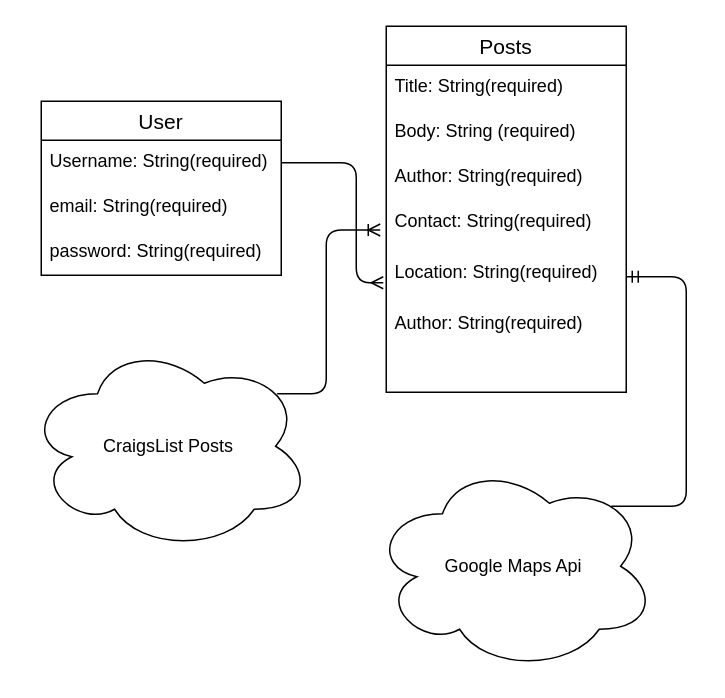
Above: page "Page-1" (1 of 2) of ERD.drawio in toorajj/ScrollListBackEnd (draw.io), before the change. Source tidied: cells renumbered, new cells numbered last; positions are measured from the earlier drawing's top-left corner, leaving out a move shared by most shapes. Both pictures are drawn from the tidied source at 150%, with x=0, y=0 at pixel (26, 26).
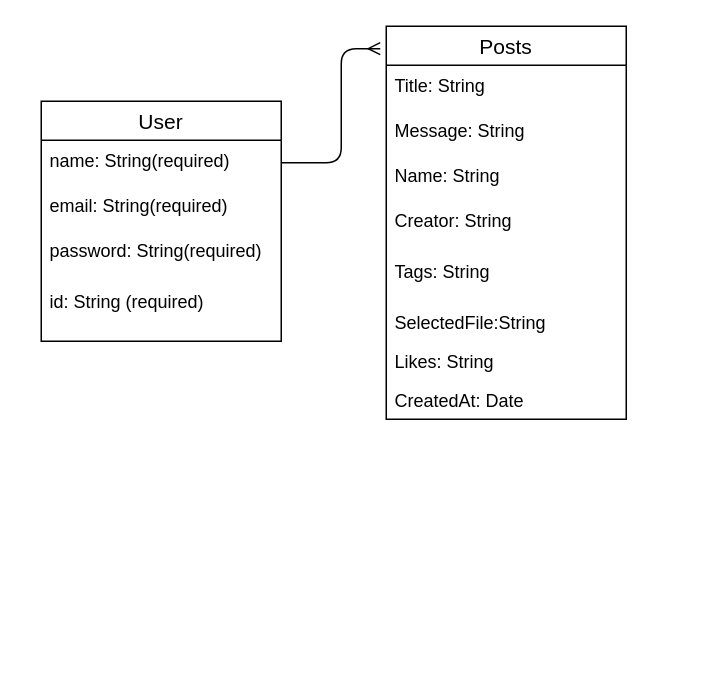
The same page after the edit.

What changed in the source:
```diff
@@
     <mxCell id="2" value="Posts" style="swimlane;fontStyle=0;horizontal=1;startSize=26;align=center;fontSize=14;" parent="1" vertex="1">
-      <mxGeometry x="240" width="160" height="244" as="geometry" />
+      <mxGeometry x="240" width="160" height="262" as="geometry" />
     </mxCell>
-    <mxCell id="3" value="Title: String(required)" style="text;strokeColor=none;fillColor=none;spacingLeft=4;spacingRight=4;overflow=hidden;fontSize=12;" parent="2" vertex="1">
+    <mxCell id="3" value="Title: String" style="text;strokeColor=none;fillColor=none;spacingLeft=4;spacingRight=4;overflow=hidden;fontSize=12;" parent="2" vertex="1">
       <mxGeometry y="26" width="160" height="30" as="geometry" />
     </mxCell>
-    <mxCell id="4" value="Body: String (required)" style="text;strokeColor=none;fillColor=none;spacingLeft=4;spacingRight=4;overflow=hidden;fontSize=12;" parent="2" vertex="1">
+    <mxCell id="4" value="Message: String " style="text;strokeColor=none;fillColor=none;spacingLeft=4;spacingRight=4;overflow=hidden;fontSize=12;" parent="2" vertex="1">
       <mxGeometry y="56" width="160" height="30" as="geometry" />
     </mxCell>
-    <mxCell id="5" value="Author: String(required)" style="text;strokeColor=none;fillColor=none;spacingLeft=4;spacingRight=4;overflow=hidden;fontSize=12;" parent="2" vertex="1">
+    <mxCell id="5" value="Name: String" style="text;strokeColor=none;fillColor=none;spacingLeft=4;spacingRight=4;overflow=hidden;fontSize=12;" parent="2" vertex="1">
       <mxGeometry y="86" width="160" height="30" as="geometry" />
     </mxCell>
-    <mxCell id="6" value="Contact: String(required)" style="text;strokeColor=none;fillColor=none;spacingLeft=4;spacingRight=4;overflow=hidden;points=[[0,0.5],[1,0.5]];portConstraint=eastwest;fontSize=12;" parent="2" vertex="1">
+    <mxCell id="6" value="Creator: String" style="text;strokeColor=none;fillColor=none;spacingLeft=4;spacingRight=4;overflow=hidden;points=[[0,0.5],[1,0.5]];portConstraint=eastwest;fontSize=12;" parent="2" vertex="1">
       <mxGeometry y="116" width="160" height="34" as="geometry" />
     </mxCell>
-    <mxCell id="7" value="Location: String(required)" style="text;strokeColor=none;fillColor=none;spacingLeft=4;spacingRight=4;overflow=hidden;points=[[0,0.5],[1,0.5]];portConstraint=eastwest;fontSize=12;" parent="2" vertex="1">
+    <mxCell id="7" value="Tags: String" style="text;strokeColor=none;fillColor=none;spacingLeft=4;spacingRight=4;overflow=hidden;points=[[0,0.5],[1,0.5]];portConstraint=eastwest;fontSize=12;" parent="2" vertex="1">
       <mxGeometry y="150" width="160" height="34" as="geometry" />
     </mxCell>
+    <mxCell id="18" value="SelectedFile:String" style="text;strokeColor=none;fillColor=none;spacingLeft=4;spacingRight=4;overflow=hidden;fontSize=12;" parent="2" vertex="1">
+      <mxGeometry y="184" width="160" height="26" as="geometry" />
+    </mxCell>
+    <mxCell id="19" value="Likes: String" style="text;strokeColor=none;fillColor=none;spacingLeft=4;spacingRight=4;overflow=hidden;fontSize=12;" parent="2" vertex="1">
+      <mxGeometry y="210" width="160" height="26" as="geometry" />
+    </mxCell>
-    <mxCell id="8" value="Author: String(required)" style="text;strokeColor=none;fillColor=none;spacingLeft=4;spacingRight=4;overflow=hidden;fontSize=12;" parent="2" vertex="1">
-      <mxGeometry y="184" width="160" height="60" as="geometry" />
+    <mxCell id="8" value="CreatedAt: Date" style="text;strokeColor=none;fillColor=none;spacingLeft=4;spacingRight=4;overflow=hidden;fontSize=12;" parent="2" vertex="1">
+      <mxGeometry y="236" width="160" height="26" as="geometry" />
     </mxCell>
     <mxCell id="9" value="User" style="swimlane;fontStyle=0;horizontal=1;startSize=26;align=center;fontSize=14;" parent="1" vertex="1">
-      <mxGeometry x="10" y="50" width="160" height="116" as="geometry" />
+      <mxGeometry x="10" y="50" width="160" height="160" as="geometry" />
     </mxCell>
-    <mxCell id="10" value="Username: String(required)" style="text;strokeColor=none;fillColor=none;spacingLeft=4;spacingRight=4;overflow=hidden;points=[[0,0.5],[1,0.5]];portConstraint=eastwest;fontSize=12;" parent="9" vertex="1">
+    <mxCell id="10" value="name: String(required)" style="text;strokeColor=none;fillColor=none;spacingLeft=4;spacingRight=4;overflow=hidden;points=[[0,0.5],[1,0.5]];portConstraint=eastwest;fontSize=12;" parent="9" vertex="1">
       <mxGeometry y="26" width="160" height="30" as="geometry" />
     </mxCell>
@@
     <mxCell id="12" value="password: String(required)" style="text;strokeColor=none;fillColor=none;spacingLeft=4;spacingRight=4;overflow=hidden;fontSize=12;" parent="9" vertex="1">
-      <mxGeometry y="86" width="160" height="30" as="geometry" />
+      <mxGeometry y="86" width="160" height="34" as="geometry" />
     </mxCell>
+    <mxCell id="20" value="id: String (required)" style="text;strokeColor=none;fillColor=none;spacingLeft=4;spacingRight=4;overflow=hidden;fontSize=12;" parent="9" vertex="1">
+      <mxGeometry y="120" width="160" height="40" as="geometry" />
+    </mxCell>
-    <mxCell id="13" style="fontSize=12;html=1;endArrow=ERmany;exitX=1;exitY=0.5;exitDx=0;exitDy=0;edgeStyle=elbowEdgeStyle;endFill=0;" parent="1" edge="1" source="10">
+    <mxCell id="13" style="fontSize=12;html=1;endArrow=ERmany;exitX=1;exitY=0.5;exitDx=0;exitDy=0;edgeStyle=elbowEdgeStyle;endFill=0;entryX=-0.025;entryY=0.057;entryDx=0;entryDy=0;entryPerimeter=0;" parent="1" edge="1" source="10" target="2">
       <mxGeometry relative="1" as="geometry">
-        <mxPoint x="238" y="171" as="targetPoint" />
         <Array as="points">
+          <mxPoint x="210" y="70" />
+          <mxPoint x="230" y="10" />
           <mxPoint x="220" y="130" />
         </Array>
       </mxGeometry>
     </mxCell>
-    <mxCell id="14" value="CraigsList Posts" style="ellipse;shape=cloud;whiteSpace=wrap;html=1;align=center;" parent="1" vertex="1">
-      <mxGeometry y="210" width="190" height="140" as="geometry" />
-    </mxCell>
-    <mxCell id="15" style="edgeStyle=elbowEdgeStyle;fontSize=12;html=1;endArrow=ERoneToMany;exitX=0.88;exitY=0.25;exitDx=0;exitDy=0;exitPerimeter=0;entryX=-0.025;entryY=0.583;entryDx=0;entryDy=0;entryPerimeter=0;" parent="1" edge="1" source="14" target="6">
-      <mxGeometry relative="1" as="geometry">
-        <Array as="points">
-          <mxPoint x="200" y="230" />
-          <mxPoint x="270" y="190" />
-        </Array>
-      </mxGeometry>
-    </mxCell>
-    <mxCell id="16" value="Google Maps Api" style="ellipse;shape=cloud;whiteSpace=wrap;html=1;align=center;" parent="1" vertex="1">
-      <mxGeometry x="230" y="290" width="190" height="140" as="geometry" />
-    </mxCell>
-    <mxCell id="17" style="fontSize=12;html=1;endArrow=ERmandOne;exitX=1;exitY=0.5;exitDx=0;exitDy=0;edgeStyle=elbowEdgeStyle;entryX=1;entryY=0.5;entryDx=0;entryDy=0;" parent="1" edge="1" target="7">
-      <mxGeometry relative="1" as="geometry">
-        <mxPoint x="390" y="320" as="sourcePoint" />
-        <Array as="points">
-          <mxPoint x="440" y="359" />
-        </Array>
-      </mxGeometry>
-    </mxCell>
```
